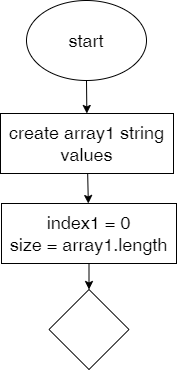
The draw.io diagram alg.drawio.png in sergdmi/IT-start, before a commit. Source tidied: cells renumbered, new cells last; positions are measured from the earlier drawing's top-left corner, leaving out a move shared by most shapes. The source it was exported from:
```xml
<mxGraphModel>
  <root>
    <mxCell id="0" />
    <mxCell id="1" parent="0" />
    <mxCell id="2" style="edgeStyle=none;html=1;fontSize=18;" parent="1" edge="1" source="3" target="5">
      <mxGeometry relative="1" as="geometry" />
    </mxCell>
    <mxCell id="3" value="start" style="ellipse;whiteSpace=wrap;html=1;fontSize=18;" parent="1" vertex="1">
      <mxGeometry x="26" width="120" height="80" as="geometry" />
    </mxCell>
    <mxCell id="4" style="edgeStyle=none;html=1;fontSize=18;" parent="1" edge="1" source="5" target="7">
      <mxGeometry relative="1" as="geometry" />
    </mxCell>
    <mxCell id="5" value="create array1 string values" style="whiteSpace=wrap;html=1;fontSize=18;" parent="1" vertex="1">
      <mxGeometry y="113" width="173" height="60" as="geometry" />
    </mxCell>
    <mxCell id="6" style="edgeStyle=none;html=1;fontSize=18;" parent="1" edge="1" source="7" target="8">
      <mxGeometry relative="1" as="geometry" />
    </mxCell>
    <mxCell id="7" value="index1 = 0&lt;br&gt;size = array1.length" style="whiteSpace=wrap;html=1;fontSize=18;" parent="1" vertex="1">
      <mxGeometry x="1" y="203" width="175" height="60" as="geometry" />
    </mxCell>
    <mxCell id="8" style="rhombus;whiteSpace=wrap;html=1;fontSize=18;" parent="1" vertex="1">
      <mxGeometry x="48.5" y="289" width="80" height="80" as="geometry" />
    </mxCell>
  </root>
</mxGraphModel>
```
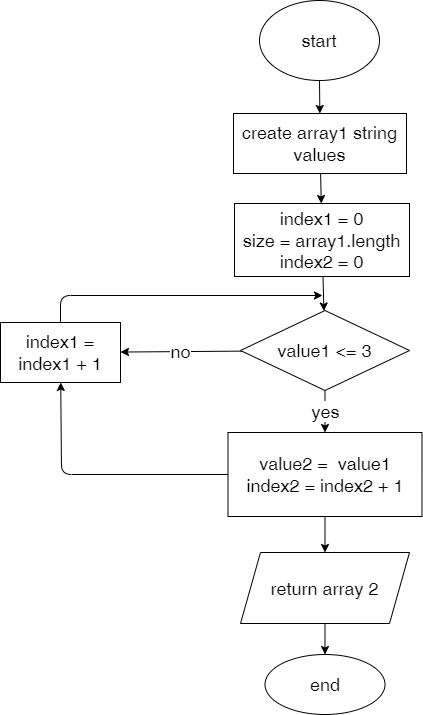
The same file after the commit.

The edit, as a diff of the source:
```diff
@@ -17,11 +17,50 @@
     <mxCell id="6" style="edgeStyle=none;html=1;fontSize=18;" parent="1" edge="1" source="7" target="8">
       <mxGeometry relative="1" as="geometry" />
     </mxCell>
-    <mxCell id="7" value="index1 = 0&lt;br&gt;size = array1.length" style="whiteSpace=wrap;html=1;fontSize=18;" parent="1" vertex="1">
-      <mxGeometry x="1" y="203" width="175" height="60" as="geometry" />
+    <mxCell id="7" value="index1 = 0&lt;br&gt;size = array1.length&lt;br&gt;index2 = 0" style="whiteSpace=wrap;html=1;fontSize=18;" parent="1" vertex="1">
+      <mxGeometry x="1" y="203" width="175" height="73" as="geometry" />
     </mxCell>
+    <mxCell id="9" value="yes" style="edgeStyle=none;html=1;fontSize=18;" parent="1" edge="1" source="8" target="13">
+      <mxGeometry relative="1" as="geometry" />
+    </mxCell>
+    <mxCell id="10" value="no" style="edgeStyle=none;html=1;fontSize=18;" parent="1" edge="1" source="8" target="15">
+      <mxGeometry relative="1" as="geometry" />
+    </mxCell>
-    <mxCell id="8" style="rhombus;whiteSpace=wrap;html=1;fontSize=18;" parent="1" vertex="1">
-      <mxGeometry x="48.5" y="289" width="80" height="80" as="geometry" />
+    <mxCell id="8" value="value1 &amp;lt;= 3" style="rhombus;whiteSpace=wrap;html=1;fontSize=18;" parent="1" vertex="1">
+      <mxGeometry x="7" y="310" width="169" height="80" as="geometry" />
     </mxCell>
+    <mxCell id="11" style="edgeStyle=none;html=1;fontSize=18;" parent="1" edge="1" source="13" target="15">
+      <mxGeometry relative="1" as="geometry">
+        <Array as="points">
+          <mxPoint x="-172" y="474" />
+        </Array>
+      </mxGeometry>
+    </mxCell>
+    <mxCell id="12" style="edgeStyle=none;html=1;fontSize=18;" parent="1" edge="1" source="13" target="17">
+      <mxGeometry relative="1" as="geometry" />
+    </mxCell>
+    <mxCell id="13" value="value2 =&amp;nbsp; value1&lt;br&gt;index2 = index2 + 1" style="whiteSpace=wrap;html=1;fontSize=18;" parent="1" vertex="1">
+      <mxGeometry x="-5.5" y="432" width="194" height="84" as="geometry" />
+    </mxCell>
+    <mxCell id="14" style="edgeStyle=none;html=1;fontSize=18;" parent="1" edge="1" source="15">
+      <mxGeometry relative="1" as="geometry">
+        <mxPoint x="89" y="295" as="targetPoint" />
+        <Array as="points">
+          <mxPoint x="-173" y="295" />
+        </Array>
+      </mxGeometry>
+    </mxCell>
+    <mxCell id="15" value="index1 = index1 + 1" style="whiteSpace=wrap;html=1;fontSize=18;" parent="1" vertex="1">
+      <mxGeometry x="-233" y="322" width="120" height="60" as="geometry" />
+    </mxCell>
+    <mxCell id="16" style="edgeStyle=none;html=1;fontSize=18;" parent="1" edge="1" source="17" target="18">
+      <mxGeometry relative="1" as="geometry" />
+    </mxCell>
+    <mxCell id="17" value="return array 2" style="shape=parallelogram;perimeter=parallelogramPerimeter;whiteSpace=wrap;html=1;fixedSize=1;fontSize=18;" parent="1" vertex="1">
+      <mxGeometry x="7" y="552" width="169" height="71" as="geometry" />
+    </mxCell>
+    <mxCell id="18" value="end" style="ellipse;whiteSpace=wrap;html=1;fontSize=18;" parent="1" vertex="1">
+      <mxGeometry x="31.5" y="654" width="120" height="60" as="geometry" />
+    </mxCell>
   </root>
 </mxGraphModel>
```
